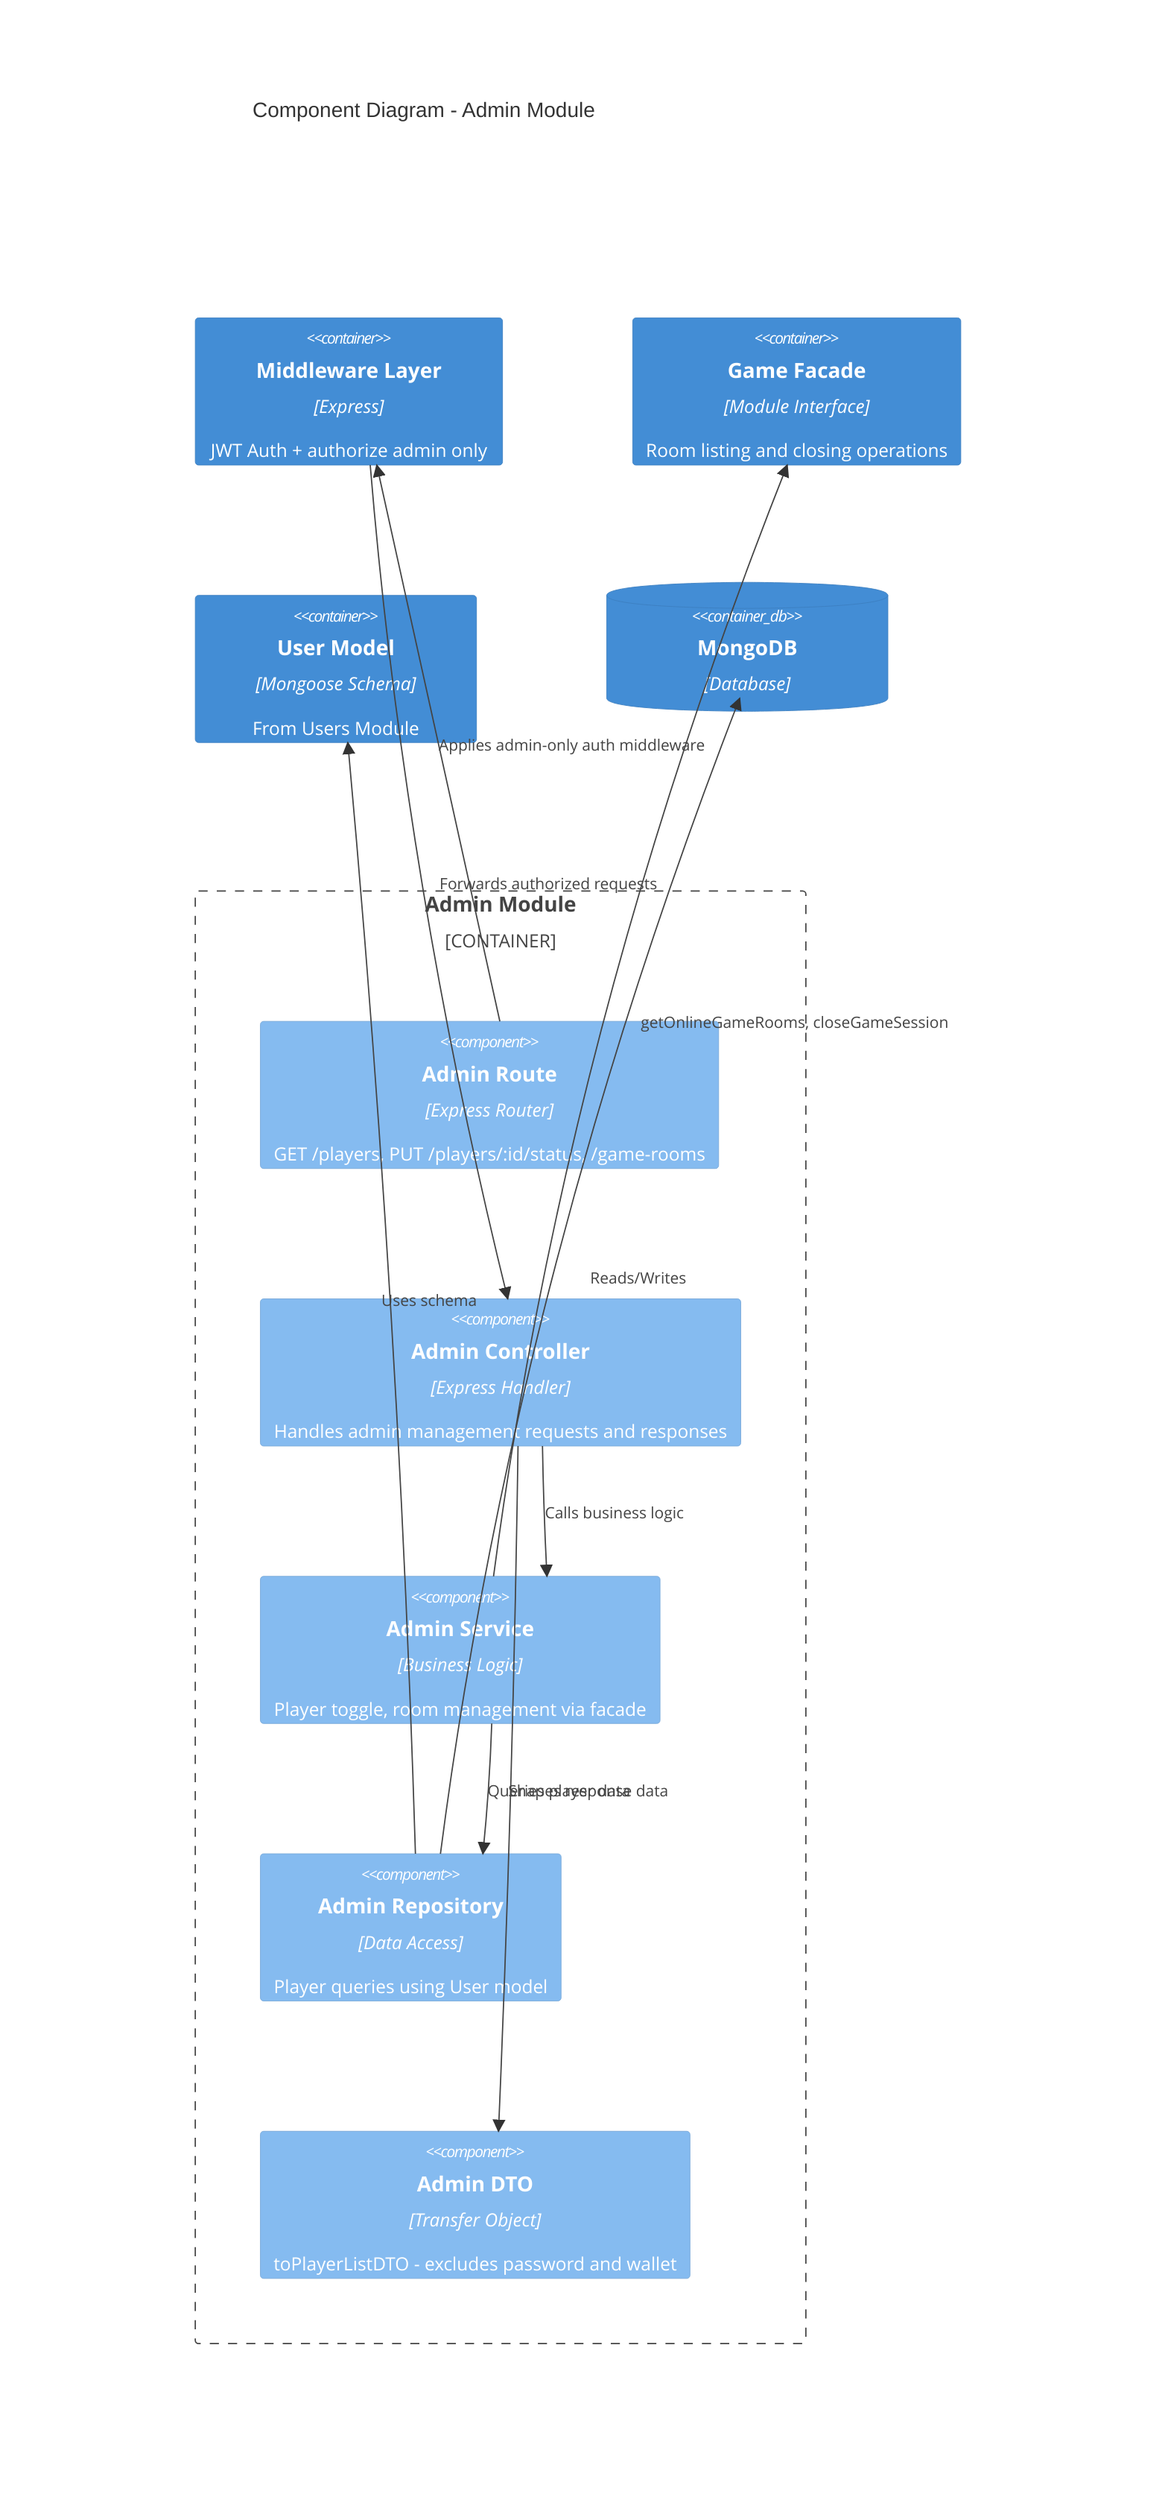
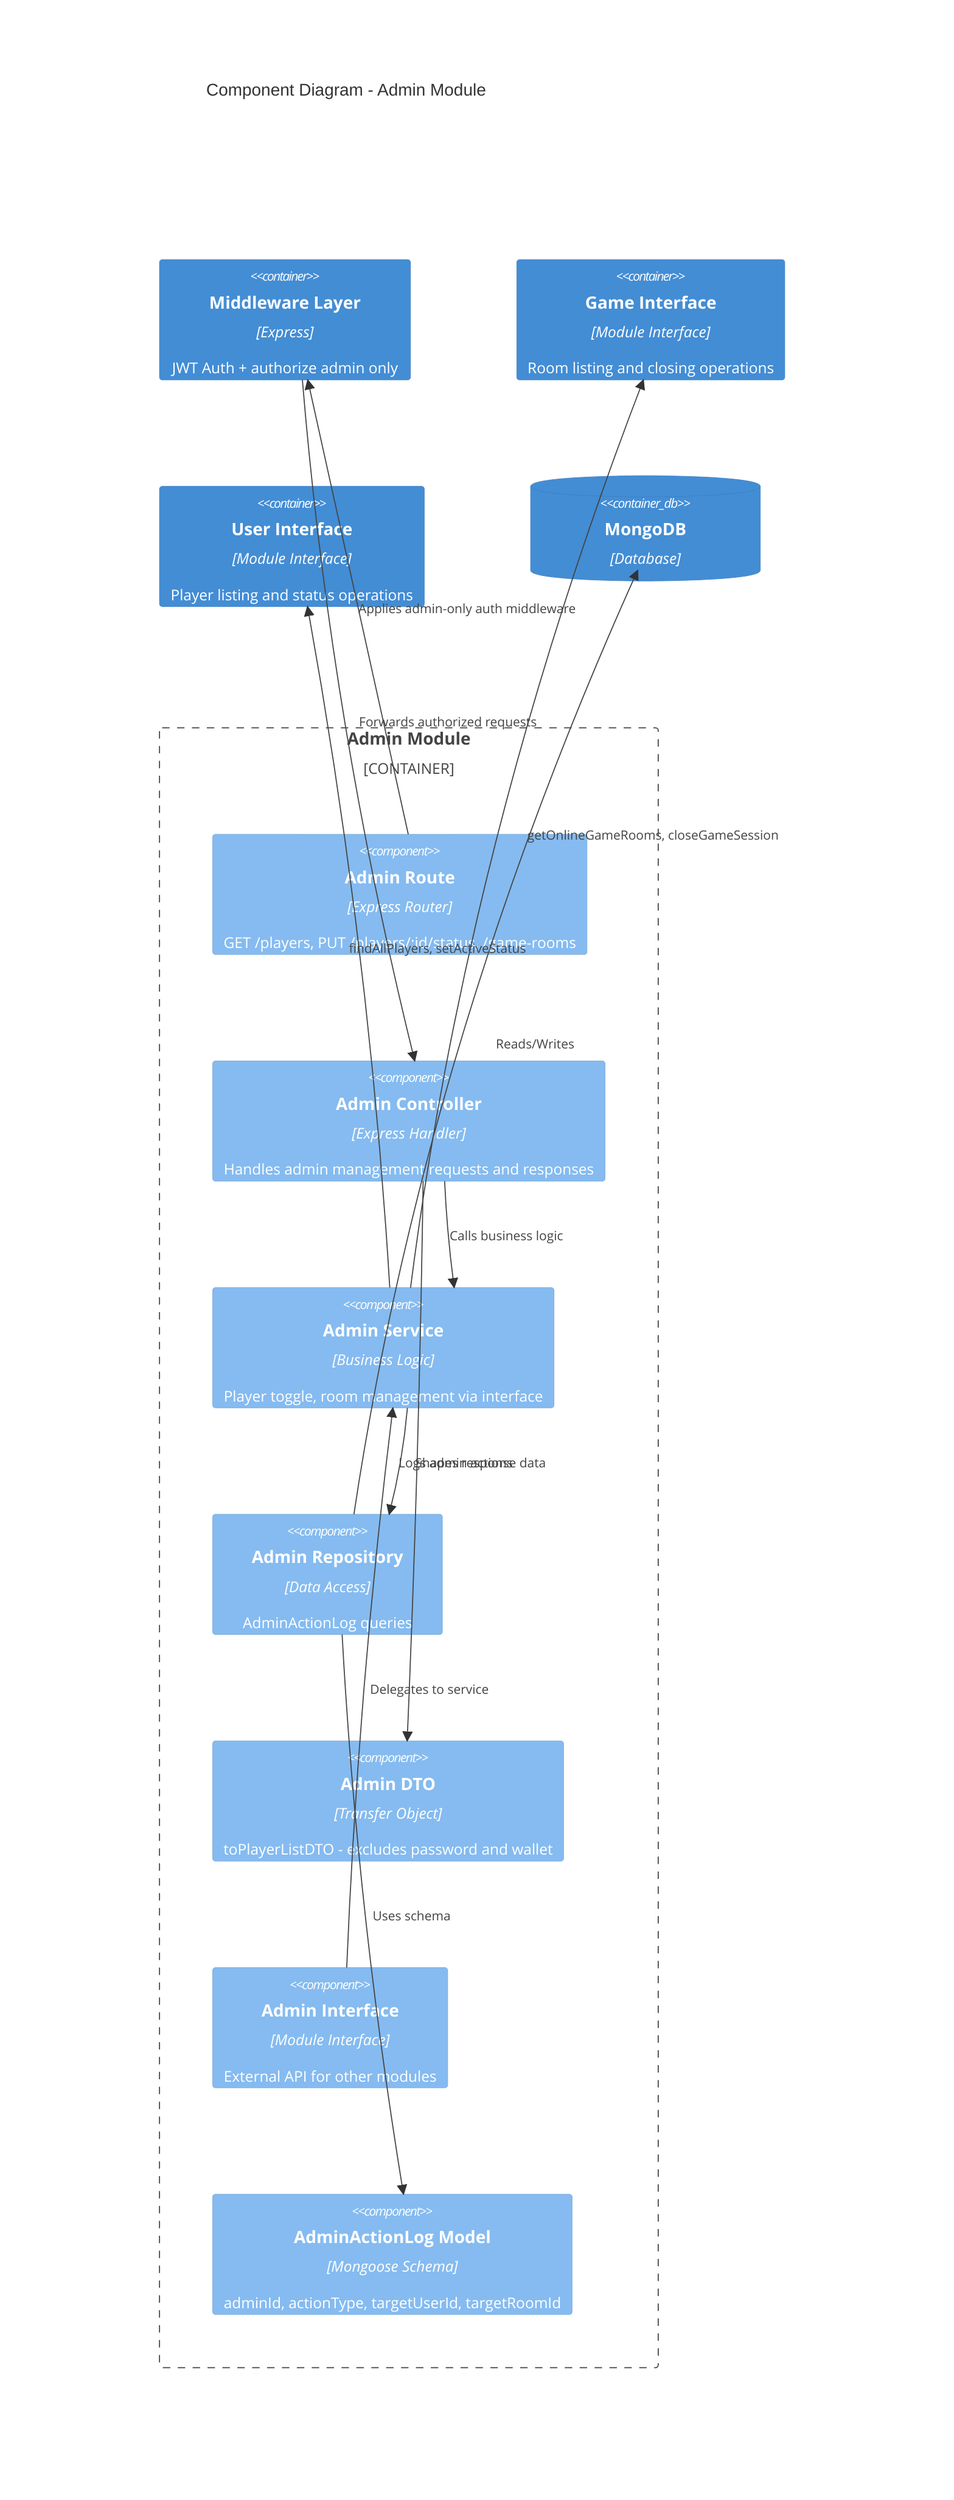
C4Component
    title Component Diagram - Admin Module

    Container(mw, "Middleware Layer", "Express", "JWT Auth + authorize admin only")

    Container_Boundary(admin, "Admin Module") {
        Component(route, "Admin Route", "Express Router", "GET /players, PUT /players/:id/status, /game-rooms")
        Component(controller, "Admin Controller", "Express Handler", "Handles admin management requests and responses")
-         Component(service, "Admin Service", "Business Logic", "Player toggle, room management via facade")
-         Component(repository, "Admin Repository", "Data Access", "Player queries using User model")
+         Component(service, "Admin Service", "Business Logic", "Player toggle, room management via interface")
+         Component(repository, "Admin Repository", "Data Access", "AdminActionLog queries")
        Component(dto, "Admin DTO", "Transfer Object", "toPlayerListDTO - excludes password and wallet")
+         Component(iface, "Admin Interface", "Module Interface", "External API for other modules")
+         Component(model, "AdminActionLog Model", "Mongoose Schema", "adminId, actionType, targetUserId, targetRoomId")
    }

-     Container(gameFacade, "Game Facade", "Module Interface", "Room listing and closing operations")
-     Container(userModel, "User Model", "Mongoose Schema", "From Users Module")
+     Container(gameInterface, "Game Interface", "Module Interface", "Room listing and closing operations")
+     Container(userInterface, "User Interface", "Module Interface", "Player listing and status operations")
    ContainerDb(db, "MongoDB", "Database")

    Rel(route, mw, "Applies admin-only auth middleware")
    Rel(mw, controller, "Forwards authorized requests")
    Rel(controller, service, "Calls business logic")
    Rel(controller, dto, "Shapes response data")
-     Rel(service, repository, "Queries player data")
-     Rel(service, gameFacade, "getOnlineGameRooms, closeGameSession")
-     Rel(repository, userModel, "Uses schema")
+     Rel(service, userInterface, "findAllPlayers, setActiveStatus")
+     Rel(service, gameInterface, "getOnlineGameRooms, closeGameSession")
+     Rel(service, repository, "Logs admin actions")
+     Rel(repository, model, "Uses schema")
    Rel(repository, db, "Reads/Writes")
+     Rel(iface, service, "Delegates to service")
